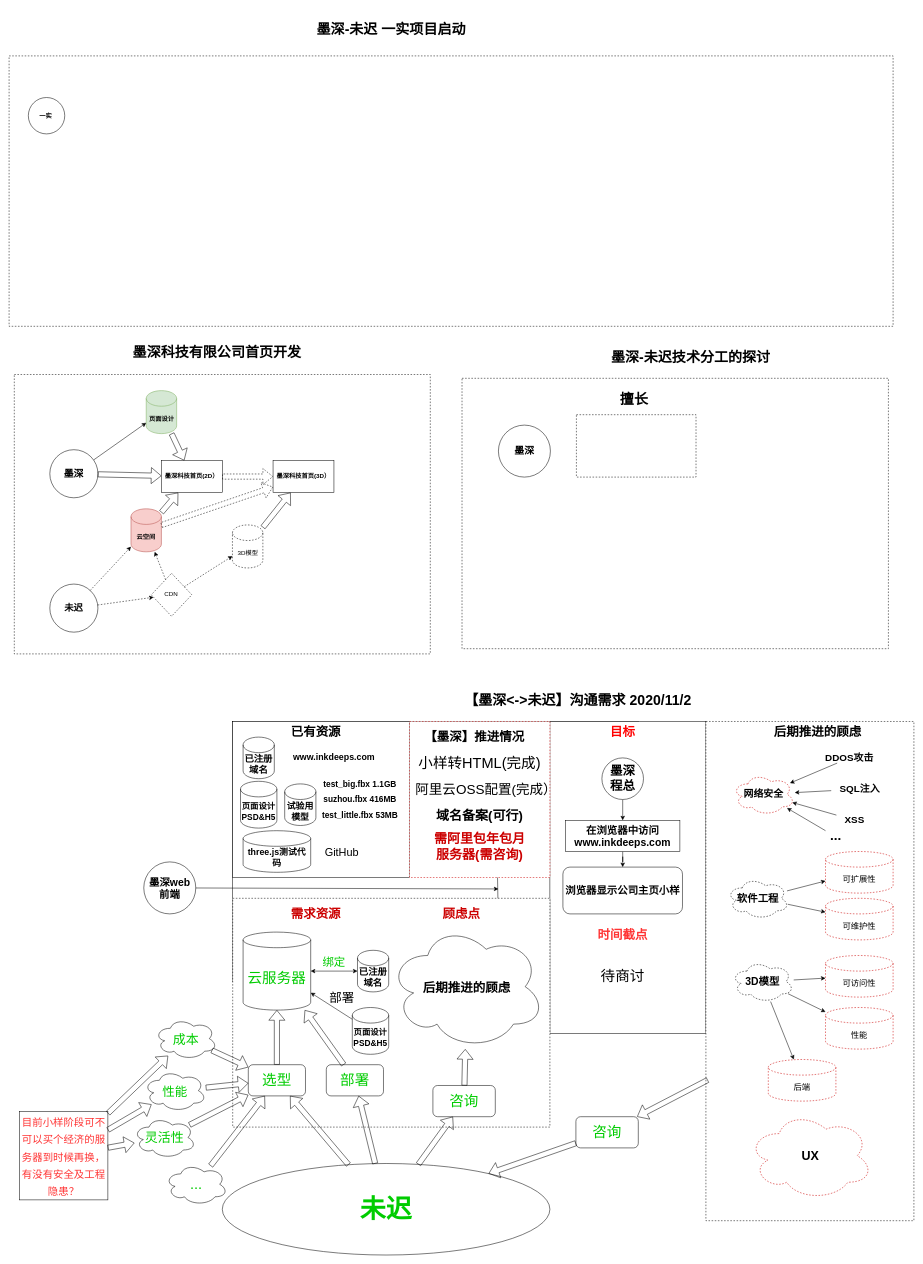
zhutoutoutousan/A-study-note-as-a-beginner keeps this draw.io diagram as project.drawio. Above is the earlier version. Source tidied: cells renumbered, new cells numbered last; positions are measured from the earlier drawing's top-left corner, leaving out a move shared by most shapes. Both pictures are drawn from the tidied source at 52%, with x=0, y=0 at pixel (9, 9).
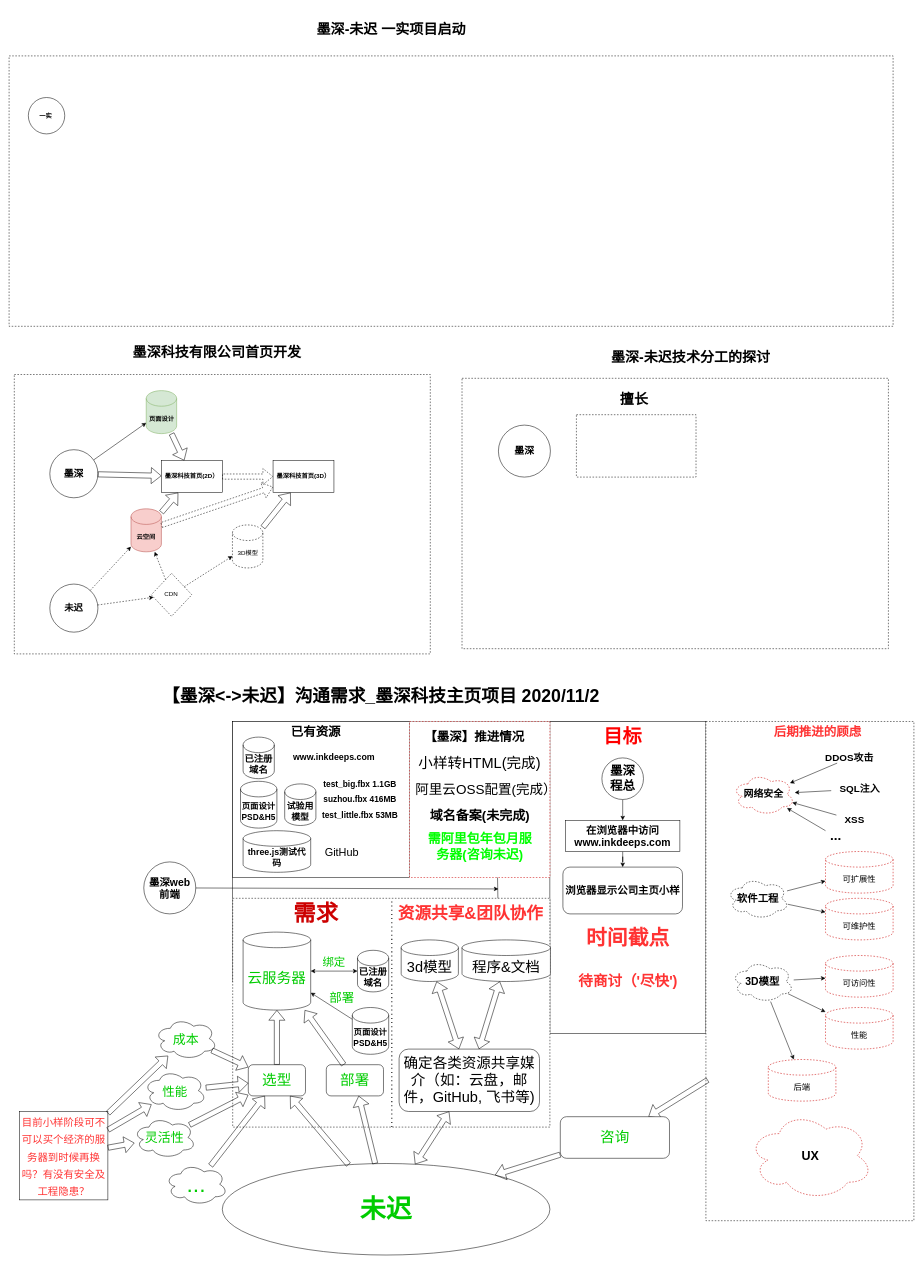
After the change.

Unchanged cells that the change refers to:
```xml
<mxCell id="89" value="&lt;span&gt;&lt;b&gt;&lt;font style=&quot;font-size: 50px&quot;&gt;未迟&lt;/font&gt;&lt;/b&gt;&lt;/span&gt;" style="ellipse;whiteSpace=wrap;html=1;strokeColor=#000000;fontSize=28;fontColor=#00CC00;" parent="1" vertex="1">
  <mxGeometry x="410" y="2220" width="630" height="176" as="geometry" />
</mxCell>
```

The edit, as a diff of the source:
```diff
@@
-    <mxCell id="30" value="&lt;span style=&quot;font-size: 27px&quot;&gt;&lt;b&gt;【墨深&amp;lt;-&amp;gt;未迟】沟通需求 2020/11/2&lt;/b&gt;&lt;/span&gt;" style="text;html=1;strokeColor=none;fillColor=none;align=center;verticalAlign=middle;whiteSpace=wrap;rounded=0;dashed=1;" parent="1" vertex="1">
-      <mxGeometry x="848.3" y="1287.3" width="491.7" height="82.7" as="geometry" />
+    <mxCell id="30" value="&lt;span style=&quot;font-size: 34px;&quot;&gt;&lt;b style=&quot;font-size: 34px;&quot;&gt;【墨深&amp;lt;-&amp;gt;未迟】沟通需求_墨深科技主页项目 2020/11/2&lt;/b&gt;&lt;/span&gt;" style="text;html=1;strokeColor=none;fillColor=none;align=center;verticalAlign=middle;whiteSpace=wrap;rounded=0;dashed=1;fontSize=34;" parent="1" vertex="1">
+      <mxGeometry x="190" y="1280" width="1050" height="82.7" as="geometry" />
     </mxCell>
@@
-    <mxCell id="38" value="&lt;span style=&quot;font-size: 24px&quot;&gt;&lt;b&gt;目标&lt;/b&gt;&lt;/span&gt;" style="text;html=1;strokeColor=none;fillColor=none;align=center;verticalAlign=middle;whiteSpace=wrap;rounded=0;fontColor=#FF0000;" parent="1" vertex="1">
-      <mxGeometry x="1130" y="1380" width="100" height="20" as="geometry" />
+    <mxCell id="38" value="&lt;b&gt;&lt;font style=&quot;font-size: 37px&quot;&gt;目标&lt;/font&gt;&lt;/b&gt;" style="text;html=1;strokeColor=none;fillColor=none;align=center;verticalAlign=middle;whiteSpace=wrap;rounded=0;fontColor=#FF0000;" parent="1" vertex="1">
+      <mxGeometry x="1130" y="1389" width="100" height="20" as="geometry" />
     </mxCell>
@@
-    <mxCell id="43" value="&lt;span style=&quot;font-size: 24px&quot;&gt;&lt;b&gt;后期推进的顾虑&lt;/b&gt;&lt;/span&gt;" style="text;html=1;strokeColor=none;fillColor=none;align=center;verticalAlign=middle;whiteSpace=wrap;rounded=0;" parent="1" vertex="1">
+    <mxCell id="43" value="&lt;span style=&quot;font-size: 24px&quot;&gt;&lt;b&gt;后期推进的顾虑&lt;/b&gt;&lt;/span&gt;" style="text;html=1;strokeColor=none;fillColor=none;align=center;verticalAlign=middle;whiteSpace=wrap;rounded=0;fontColor=#FF3333;" parent="1" vertex="1">
       <mxGeometry x="1450" y="1380" width="210" height="20" as="geometry" />
     </mxCell>
@@
-    <mxCell id="46" value="&lt;b&gt;&lt;font style=&quot;font-size: 24px&quot;&gt;需求资源&lt;/font&gt;&lt;/b&gt;" style="text;html=1;strokeColor=none;fillColor=none;align=center;verticalAlign=middle;whiteSpace=wrap;rounded=0;fontColor=#CC0000;" parent="1" vertex="1">
+    <mxCell id="46" value="&lt;b&gt;&lt;font style=&quot;font-size: 43px&quot;&gt;需求&lt;/font&gt;&lt;/b&gt;" style="text;html=1;strokeColor=none;fillColor=none;align=center;verticalAlign=middle;whiteSpace=wrap;rounded=0;fontColor=#CC0000;" parent="1" vertex="1">
       <mxGeometry x="540" y="1730" width="100" height="20" as="geometry" />
     </mxCell>
@@
-    <mxCell id="52" value="&lt;span style=&quot;font-size: 24px&quot;&gt;&lt;b&gt;时间截点&lt;/b&gt;&lt;/span&gt;" style="text;html=1;strokeColor=none;fillColor=none;align=center;verticalAlign=middle;whiteSpace=wrap;rounded=0;fontColor=#FF3333;" parent="1" vertex="1">
-      <mxGeometry x="1130" y="1770" width="100" height="20" as="geometry" />
+    <mxCell id="52" value="&lt;b&gt;&lt;font style=&quot;font-size: 40px&quot;&gt;时间截点&lt;/font&gt;&lt;/b&gt;" style="text;html=1;strokeColor=none;fillColor=none;align=center;verticalAlign=middle;whiteSpace=wrap;rounded=0;fontColor=#FF3333;" parent="1" vertex="1">
+      <mxGeometry x="1090" y="1770" width="200" height="30" as="geometry" />
     </mxCell>
@@
-    <mxCell id="59" value="&lt;span style=&quot;font-size: 24px&quot;&gt;&lt;b&gt;顾虑点&lt;/b&gt;&lt;/span&gt;" style="text;html=1;strokeColor=none;fillColor=none;align=center;verticalAlign=middle;whiteSpace=wrap;rounded=0;fontColor=#CC0000;" parent="1" vertex="1">
-      <mxGeometry x="820" y="1730" width="100" height="20" as="geometry" />
+    <mxCell id="59" value="&lt;b style=&quot;font-size: 32px;&quot;&gt;&lt;font style=&quot;font-size: 32px;&quot;&gt;资源共享&amp;amp;团队协作&lt;/font&gt;&lt;/b&gt;" style="text;html=1;strokeColor=none;fillColor=none;align=center;verticalAlign=middle;whiteSpace=wrap;rounded=0;fontColor=#FF3333;fontSize=32;" parent="1" vertex="1">
+      <mxGeometry x="720" y="1725" width="335" height="30" as="geometry" />
     </mxCell>
@@
-    <mxCell id="80" value="&lt;b&gt;&lt;font style=&quot;font-size: 25px&quot;&gt;域名备案(可行)&lt;/font&gt;&lt;/b&gt;" style="text;html=1;strokeColor=none;fillColor=none;align=center;verticalAlign=middle;whiteSpace=wrap;rounded=0;dashed=1;fontSize=16;fontColor=#000000;" parent="1" vertex="1">
-      <mxGeometry x="815" y="1540" width="180" height="20" as="geometry" />
+    <mxCell id="80" value="&lt;b&gt;&lt;font style=&quot;font-size: 25px&quot;&gt;域名备案(未完成)&lt;/font&gt;&lt;/b&gt;" style="text;html=1;strokeColor=none;fillColor=none;align=center;verticalAlign=middle;whiteSpace=wrap;rounded=0;dashed=1;fontSize=16;fontColor=#000000;" parent="1" vertex="1">
+      <mxGeometry x="802.5" y="1540" width="205" height="20" as="geometry" />
     </mxCell>
-    <mxCell id="81" value="&lt;b&gt;&lt;font style=&quot;font-size: 25px&quot;&gt;需阿里包年包月服务器(需咨询)&lt;/font&gt;&lt;/b&gt;" style="text;html=1;strokeColor=none;fillColor=none;align=center;verticalAlign=middle;whiteSpace=wrap;rounded=0;dashed=1;fontSize=16;fontColor=#CC0000;" parent="1" vertex="1">
-      <mxGeometry x="815" y="1600" width="180" height="20" as="geometry" />
+    <mxCell id="81" value="&lt;b&gt;&lt;font style=&quot;font-size: 25px&quot;&gt;需阿里包年包月服务器(咨询未迟)&lt;/font&gt;&lt;/b&gt;" style="text;html=1;strokeColor=none;fillColor=none;align=center;verticalAlign=middle;whiteSpace=wrap;rounded=0;dashed=1;fontSize=16;fontColor=#00FF00;" parent="1" vertex="1">
+      <mxGeometry x="802.5" y="1600" width="205" height="20" as="geometry" />
     </mxCell>
@@
-    <mxCell id="85" value="待商讨" style="text;html=1;strokeColor=none;fillColor=none;align=center;verticalAlign=middle;whiteSpace=wrap;rounded=0;dashed=1;fontSize=28;fontColor=#000000;" parent="1" vertex="1">
-      <mxGeometry x="1125" y="1850" width="110" height="20" as="geometry" />
+    <mxCell id="85" value="待商讨（'尽快')" style="text;html=1;strokeColor=none;fillColor=none;align=center;verticalAlign=middle;whiteSpace=wrap;rounded=0;dashed=1;fontSize=28;fontStyle=1;fontColor=#FF3333;" parent="1" vertex="1">
+      <mxGeometry x="1092.5" y="1860" width="195" height="20" as="geometry" />
     </mxCell>
@@
-    <mxCell id="94" value="&lt;b style=&quot;color: rgb(0 , 0 , 0) ; font-size: 24px&quot;&gt;后期推进的顾虑&lt;/b&gt;" style="ellipse;shape=cloud;whiteSpace=wrap;html=1;strokeColor=#000000;fontSize=28;fontColor=#00CC00;" parent="1" vertex="1">
-      <mxGeometry x="730" y="1760" width="300" height="240" as="geometry" />
-    </mxCell>
@@
-    <mxCell id="101" value="咨询" style="rounded=1;whiteSpace=wrap;html=1;strokeColor=#000000;fontSize=28;fontColor=#00CC00;" parent="1" vertex="1">
-      <mxGeometry x="815" y="2070" width="120" height="60" as="geometry" />
-    </mxCell>
-    <mxCell id="102" style="shape=flexArrow;endArrow=classic;html=1;fontSize=28;fontColor=#00CC00;" parent="1" edge="1" source="89" target="101">
-      <mxGeometry relative="1" as="geometry" />
-    </mxCell>
     <mxCell id="103" value="咨询" style="rounded=1;whiteSpace=wrap;html=1;strokeColor=#000000;fontSize=28;fontColor=#00CC00;" parent="1" vertex="1">
-      <mxGeometry x="1090" y="2130" width="120" height="60" as="geometry" />
+      <mxGeometry x="1060" y="2130" width="210" height="80" as="geometry" />
     </mxCell>
@@
-    <mxCell id="105" style="shape=flexArrow;endArrow=classic;html=1;fontSize=28;fontColor=#00CC00;" parent="1" edge="1" source="101" target="94">
-      <mxGeometry relative="1" as="geometry" />
-    </mxCell>
@@
-    <mxCell id="108" value="&lt;font style=&quot;font-size: 24px&quot; color=&quot;#000000&quot;&gt;部署&lt;/font&gt;" style="text;html=1;strokeColor=none;fillColor=none;align=center;verticalAlign=middle;whiteSpace=wrap;rounded=0;fontSize=28;fontColor=#00CC00;" parent="1" vertex="1">
+    <mxCell id="108" value="&lt;font style=&quot;font-size: 24px&quot;&gt;部署&lt;/font&gt;" style="text;html=1;strokeColor=none;fillColor=none;align=center;verticalAlign=middle;whiteSpace=wrap;rounded=0;fontSize=28;fontColor=#00CC00;" parent="1" vertex="1">
       <mxGeometry x="590" y="1890" width="100" height="20" as="geometry" />
     </mxCell>
@@
-    <mxCell id="111" value="..." style="ellipse;shape=cloud;whiteSpace=wrap;html=1;strokeColor=#000000;fontSize=28;fontColor=#00CC00;" parent="1" vertex="1">
+    <mxCell id="111" value="&lt;font style=&quot;font-size: 44px&quot;&gt;...&lt;/font&gt;" style="ellipse;shape=cloud;whiteSpace=wrap;html=1;strokeColor=#000000;fontSize=28;fontColor=#00CC00;" parent="1" vertex="1">
       <mxGeometry x="300" y="2220" width="120" height="80" as="geometry" />
     </mxCell>
@@
-    <mxCell id="117" value="&lt;font style=&quot;font-size: 20px&quot; color=&quot;#ff3333&quot;&gt;目前小样阶段可不可以买个经济的服务器到时候再换，有没有安全及工程隐患？&lt;/font&gt;" style="rounded=0;whiteSpace=wrap;html=1;strokeColor=#000000;fontSize=28;fontColor=#00CC00;" parent="1" vertex="1">
+    <mxCell id="117" value="&lt;font style=&quot;font-size: 20px&quot; color=&quot;#ff3333&quot;&gt;目前小样阶段可不可以买个经济的服务器到时候再换吗？有没有安全及工程隐患？&lt;/font&gt;" style="rounded=0;whiteSpace=wrap;html=1;strokeColor=#000000;fontSize=28;fontColor=#00CC00;" parent="1" vertex="1">
       <mxGeometry x="20" y="2120" width="170" height="170" as="geometry" />
     </mxCell>
@@
+    <mxCell id="124" value="确定各类资源共享媒介（如：云盘，邮件，GitHub, 飞书等)" style="rounded=1;whiteSpace=wrap;html=1;strokeColor=#000000;fontSize=28;fontColor=#000000;" parent="1" vertex="1">
+      <mxGeometry x="750" y="2000" width="270" height="120" as="geometry" />
+    </mxCell>
+    <mxCell id="125" value="3d模型" style="shape=cylinder3;whiteSpace=wrap;html=1;boundedLbl=1;backgroundOutline=1;size=15;strokeColor=#000000;fontSize=28;fontColor=#000000;" parent="1" vertex="1">
+      <mxGeometry x="754" y="1790" width="110" height="80" as="geometry" />
+    </mxCell>
+    <mxCell id="126" value="程序&amp;amp;文档" style="shape=cylinder3;whiteSpace=wrap;html=1;boundedLbl=1;backgroundOutline=1;size=15;strokeColor=#000000;fontSize=28;fontColor=#000000;" parent="1" vertex="1">
+      <mxGeometry x="871" y="1790" width="170" height="80" as="geometry" />
+    </mxCell>
+    <mxCell id="127" style="shape=flexArrow;endArrow=classic;startArrow=classic;html=1;fontSize=28;fontColor=#000000;" parent="1" edge="1" source="89" target="124">
+      <mxGeometry relative="1" as="geometry" />
+    </mxCell>
+    <mxCell id="128" style="shape=flexArrow;endArrow=classic;startArrow=classic;html=1;fontSize=28;fontColor=#000000;" parent="1" edge="1" source="124" target="125">
+      <mxGeometry relative="1" as="geometry" />
+    </mxCell>
+    <mxCell id="129" style="shape=flexArrow;endArrow=classic;startArrow=classic;html=1;fontSize=28;fontColor=#000000;" parent="1" edge="1" source="124" target="126">
+      <mxGeometry relative="1" as="geometry" />
+    </mxCell>
+    <mxCell id="130" style="endArrow=none;dashed=1;html=1;dashPattern=1 3;strokeWidth=2;fontSize=28;fontColor=#000000;entryX=0.5;entryY=0;entryDx=0;entryDy=0;exitX=0.5;exitY=1;exitDx=0;exitDy=0;" parent="1" edge="1">
+      <mxGeometry relative="1" as="geometry">
+        <mxPoint x="736" y="2150" as="sourcePoint" />
+        <mxPoint x="736" y="1710" as="targetPoint" />
+      </mxGeometry>
+    </mxCell>
```
